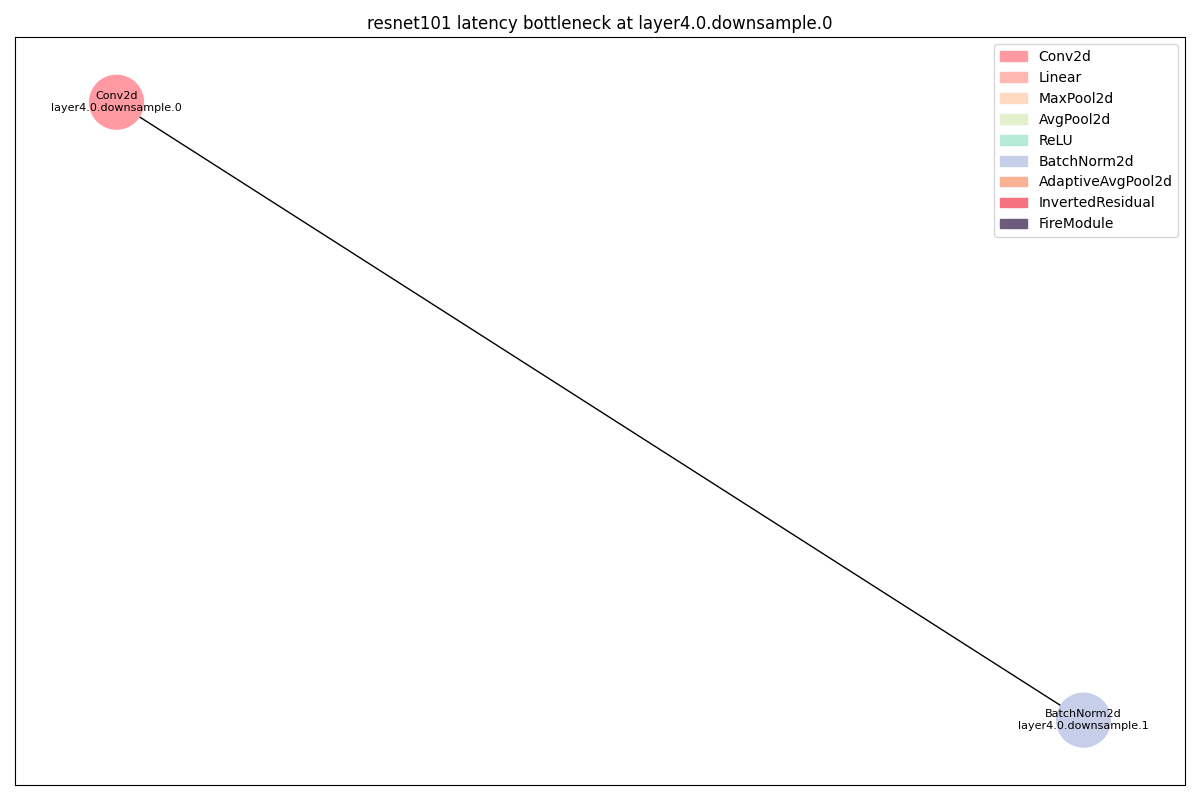
11222-Meng/DNN_Bottlen_Layer_Analysis keeps this Graphviz diagram as dags/resnet101_latency_layer4_0_downsample_0_op.png. Above is the earlier version. Its source is kept beside it as dags/resnet101_latency_layer4_0_downsample_0_op.dot.
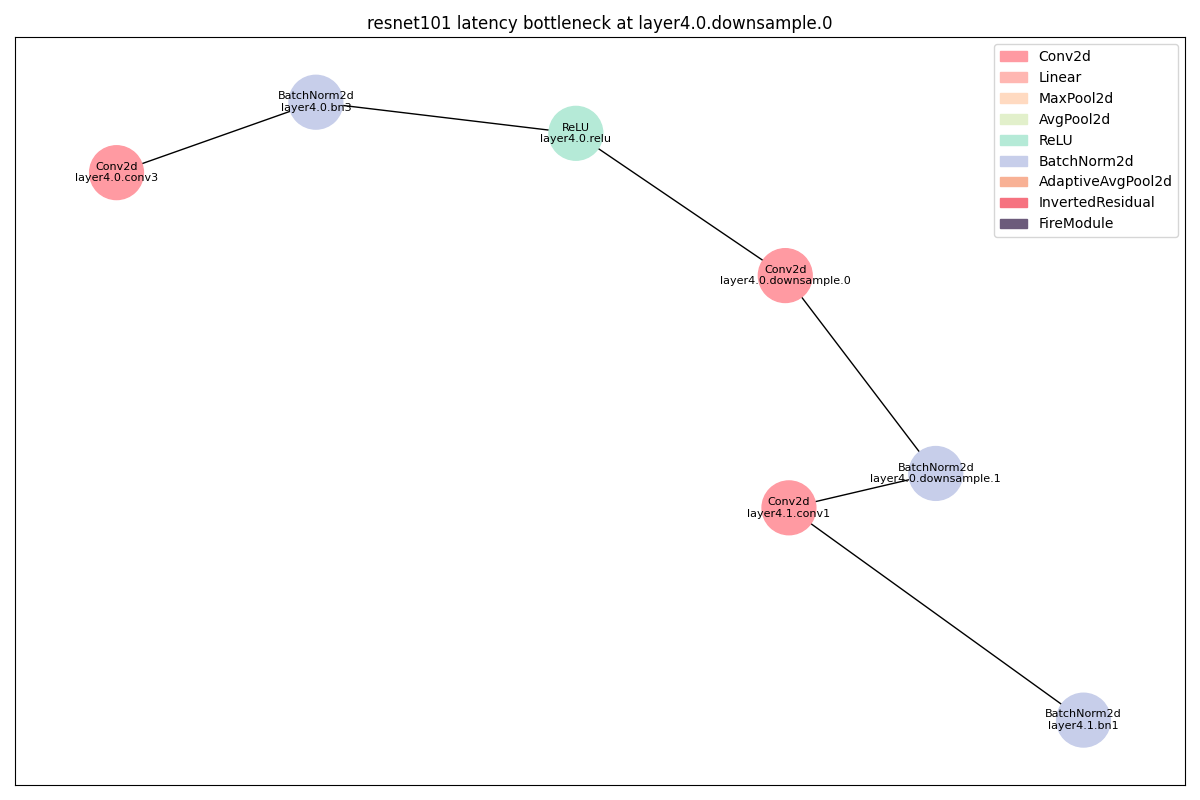
Above is the later version.

Diff of the diagram source:
```diff
@@ -1,11 +1,36 @@
 strict digraph "" {
 	Conv2d_0	[color="#FF9AA2",
+		layer_name="layer4.0.conv3",
+		params=1048576,
+		type=Conv2d];
+	BatchNorm2d_0	[color="#C7CEEA",
+		layer_name="layer4.0.bn3",
+		params=4096,
+		type=BatchNorm2d];
+	Conv2d_0 -> BatchNorm2d_0;
+	ReLU_0	[color="#B5EAD7",
+		layer_name="layer4.0.relu",
+		params=0,
+		type=ReLU];
+	BatchNorm2d_0 -> ReLU_0;
+	Conv2d_1	[color="#FF9AA2",
 		layer_name="layer4.0.downsample.0",
 		params=2097152,
 		type=Conv2d];
-	BatchNorm2d_0	[color="#C7CEEA",
+	ReLU_0 -> Conv2d_1;
+	BatchNorm2d_1	[color="#C7CEEA",
 		layer_name="layer4.0.downsample.1",
 		params=4096,
 		type=BatchNorm2d];
-	Conv2d_0 -> BatchNorm2d_0;
+	Conv2d_1 -> BatchNorm2d_1;
+	Conv2d_2	[color="#FF9AA2",
+		layer_name="layer4.1.conv1",
+		params=1048576,
+		type=Conv2d];
+	BatchNorm2d_1 -> Conv2d_2;
+	BatchNorm2d_2	[color="#C7CEEA",
+		layer_name="layer4.1.bn1",
+		params=1024,
+		type=BatchNorm2d];
+	Conv2d_2 -> BatchNorm2d_2;
 }
```
